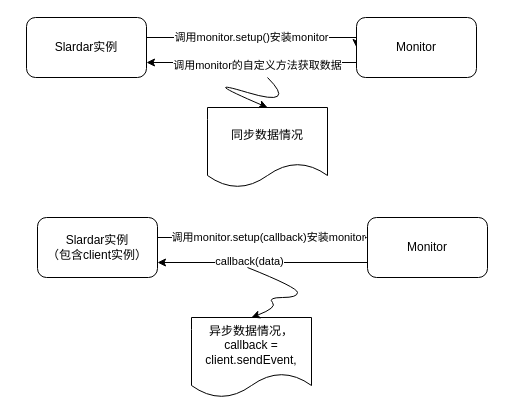
eagowang/pic keeps this draw.io diagram as m工作流程.drawio. Above is the earlier version. Source tidied: cells renumbered, new cells numbered last; positions are measured from the earlier drawing's top-left corner, leaving out a move shared by most shapes. Both pictures are drawn from the tidied source at 100%, with x=0, y=0 at pixel (26, 17).
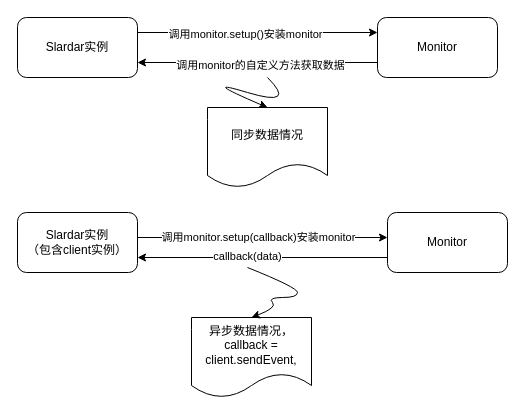
The same diagram, later.

Commit message (it also covers changes not shown here):
更新m工作流程.drawio

Diff of the diagram source:
```diff
@@
     <mxCell id="2" style="edgeStyle=orthogonalEdgeStyle;rounded=0;jettySize=auto;html=1;exitX=1;exitY=0.5;exitDx=0;exitDy=0;" parent="1" edge="1" source="4" target="5">
       <mxGeometry relative="1" as="geometry">
         <Array as="points">
-          <mxPoint x="131" y="220" />
+          <mxPoint x="51" y="220" />
         </Array>
       </mxGeometry>
     </mxCell>
     <mxCell id="3" value="调用monitor.setup(callback)安装monitor" style="edgeLabel;html=1;align=center;verticalAlign=middle;" parent="2" vertex="1">
       <mxGeometry x="0.28" y="1" relative="1" as="geometry">
-        <mxPoint x="-21" as="offset" />
+        <mxPoint x="5" as="offset" />
       </mxGeometry>
     </mxCell>
     <mxCell id="4" value="Slardar实例&lt;br&gt;（包含client实例）" style="rounded=1;whiteSpace=wrap;html=1;" parent="1" vertex="1">
-      <mxGeometry x="11" y="200" width="120" height="60" as="geometry" />
+      <mxGeometry x="-9" y="195" width="120" height="60" as="geometry" />
     </mxCell>
     <mxCell id="5" value="Monitor" style="rounded=1;whiteSpace=wrap;html=1;" parent="1" vertex="1">
-      <mxGeometry x="341" y="200" width="120" height="60" as="geometry" />
+      <mxGeometry x="361" y="195" width="120" height="60" as="geometry" />
     </mxCell>
@@
-    <mxCell id="10" value="调用monitor.setup()安装monitor" style="edgeStyle=orthogonalEdgeStyle;rounded=0;jettySize=auto;html=1;exitX=1;exitY=0.5;exitDx=0;exitDy=0;entryX=0;entryY=0.5;entryDx=0;entryDy=0;" parent="1" edge="1" source="11" target="12">
-      <mxGeometry relative="1" as="geometry">
-        <Array as="points">
-          <mxPoint x="120" y="20" />
-          <mxPoint x="330" y="20" />
-        </Array>
-      </mxGeometry>
-    </mxCell>
     <mxCell id="11" value="Slardar实例" style="rounded=1;whiteSpace=wrap;html=1;" parent="1" vertex="1">
-      <mxGeometry width="120" height="60" as="geometry" />
+      <mxGeometry x="-9" width="120" height="60" as="geometry" />
     </mxCell>
     <mxCell id="12" value="Monitor" style="rounded=1;whiteSpace=wrap;html=1;" parent="1" vertex="1">
-      <mxGeometry x="330" width="120" height="60" as="geometry" />
+      <mxGeometry x="351" width="120" height="60" as="geometry" />
     </mxCell>
@@
+    <mxCell id="17" style="endArrow=classic;html=1;exitX=1;exitY=0.25;exitDx=0;exitDy=0;entryX=0;entryY=0.25;entryDx=0;entryDy=0;" parent="1" edge="1" source="11" target="12">
+      <mxGeometry relative="1" as="geometry" />
+    </mxCell>
+    <mxCell id="10" value="调用monitor.setup()安装monitor" style="edgeLabel;html=1;align=center;verticalAlign=middle;" parent="17" vertex="1">
+      <mxGeometry x="-0.11" y="-2" relative="1" as="geometry" />
+    </mxCell>
```
